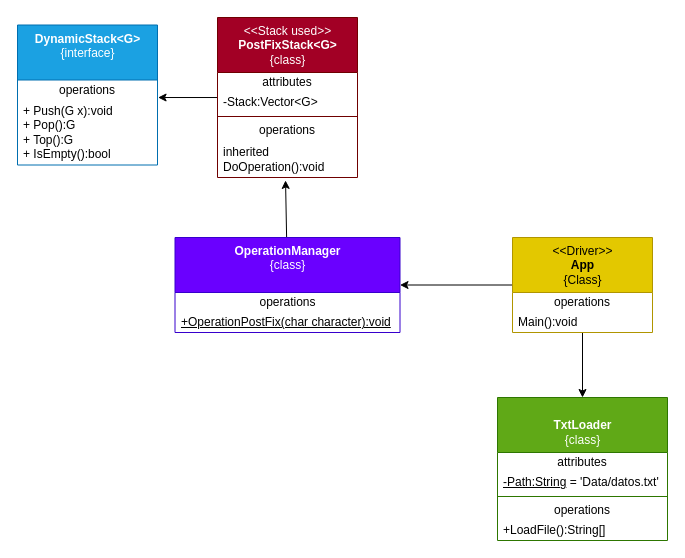
Before: tasks/UML.drawio in Termelius/Hoja-de-Trabajo-2, a draw.io diagram. Source tidied: cells renumbered, new cells numbered last; positions are measured from the earlier drawing's top-left corner, leaving out a move shared by most shapes. Both pictures are drawn from the tidied source at 100%, with x=0, y=0 at pixel (17, 17).
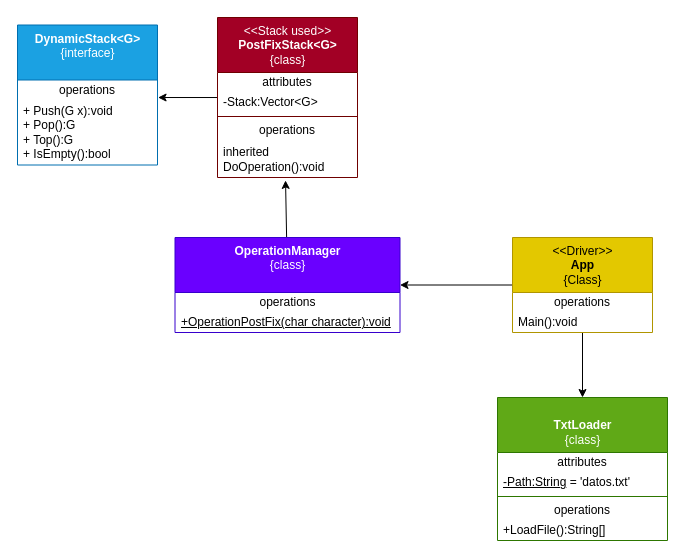
After the change.

Unchanged cells that the change refers to:
```xml
<mxCell id="12" value="&lt;br&gt;&lt;b&gt;TxtLoader&lt;/b&gt;&lt;br&gt;{class}" style="swimlane;fontStyle=0;align=center;verticalAlign=top;horizontal=1;startSize=55;html=1;fillColor=#60a917;fontColor=#ffffff;strokeColor=#2D7600;" parent="1" vertex="1">
  <mxGeometry x="480" y="380" width="170" height="143" as="geometry" />
</mxCell>
```

Diff of the diagram source:
```diff
@@
-    <mxCell id="14" value="&lt;u&gt;-Path:String&lt;/u&gt; = 'Data/datos.txt'" style="text;html=1;strokeColor=none;fillColor=none;align=left;verticalAlign=middle;spacingLeft=4;spacingRight=4;overflow=hidden;" parent="12" vertex="1">
+    <mxCell id="14" value="&lt;u&gt;-Path:String&lt;/u&gt; = 'datos.txt'" style="text;html=1;strokeColor=none;fillColor=none;align=left;verticalAlign=middle;spacingLeft=4;spacingRight=4;overflow=hidden;" parent="12" vertex="1">
       <mxGeometry y="75" width="170" height="20" as="geometry" />
     </mxCell>
```
